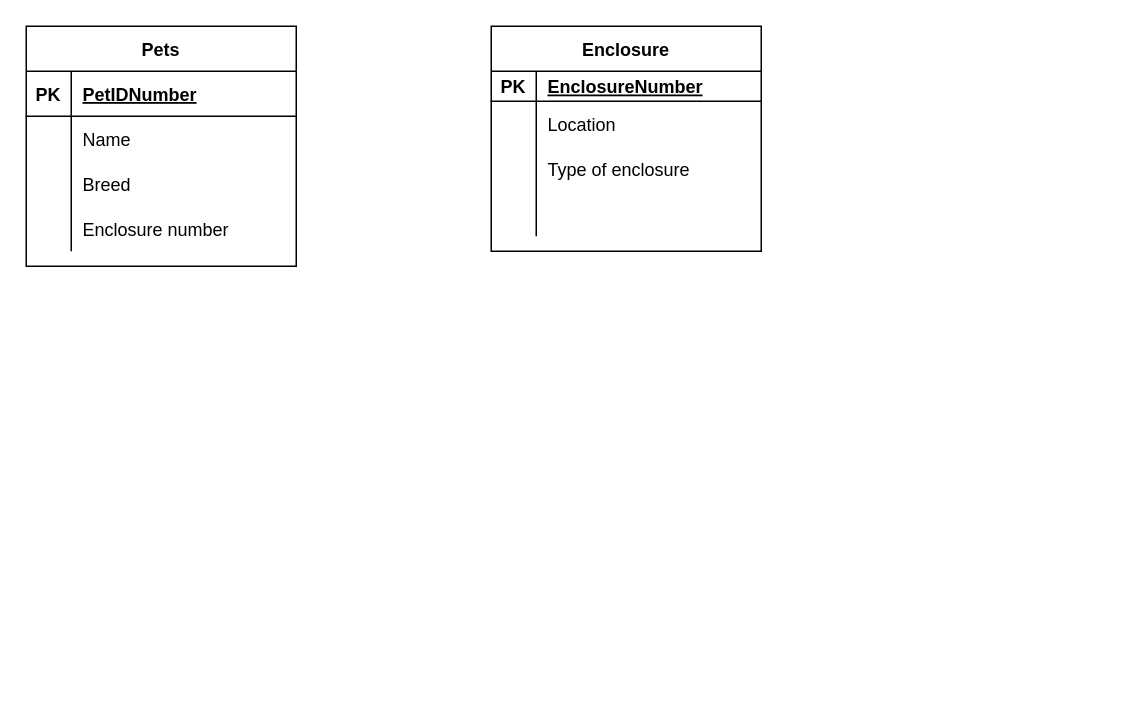
Earlier version of the draw.io diagram Petshop.drawio (nedburke47/PracticingForClass). Source tidied: cells renumbered, new cells numbered last; positions are measured from the earlier drawing's top-left corner, leaving out a move shared by most shapes. Both pictures are drawn from the tidied source at 150%, with x=0, y=0 at pixel (26, 26).
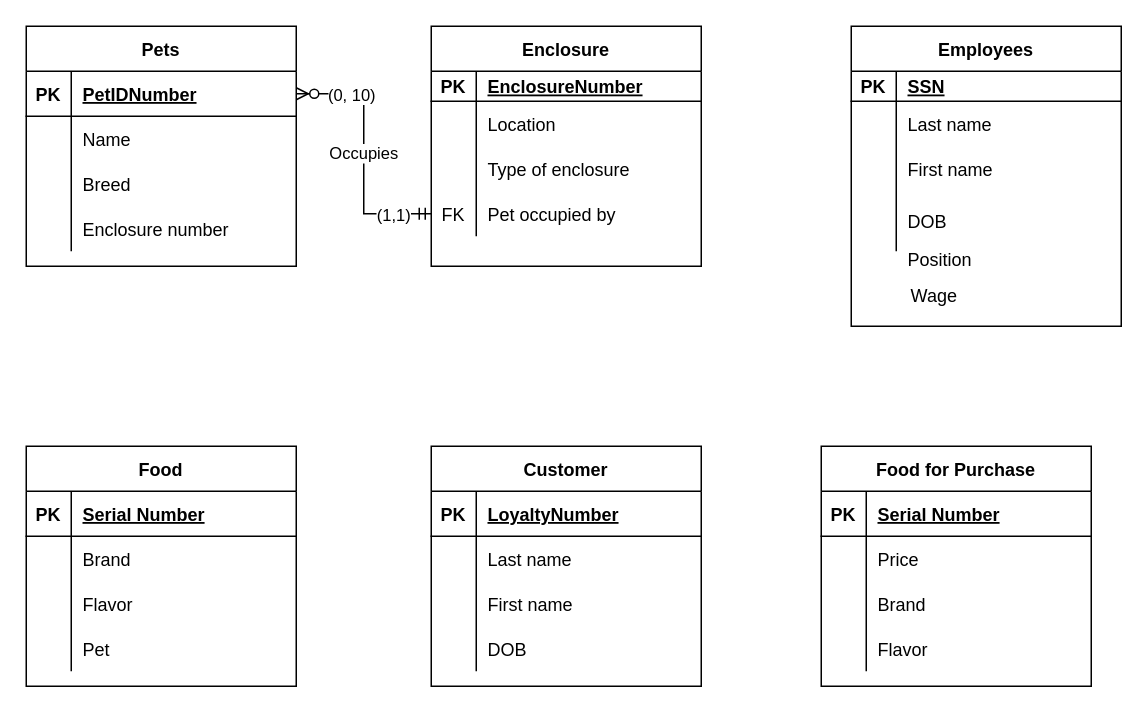
The same page after the edit.

Unchanged cells that the change refers to:
```xml
<mxCell id="3" style="shape=partialRectangle;fillColor=none;top=0;left=0;bottom=1;right=0;points=[[0,0.5],[1,0.5]];portConstraint=eastwest;" parent="2" vertex="1">
  <mxGeometry y="30" width="180" height="30" as="geometry" />
</mxCell>
<mxCell id="25" style="shape=partialRectangle;fillColor=none;top=0;left=0;bottom=0;right=0;points=[[0,0.5],[1,0.5]];portConstraint=eastwest;" parent="15" vertex="1">
  <mxGeometry y="110" width="180" height="30" as="geometry" />
</mxCell>
```

Diff of the diagram source:
```diff
@@
+    <mxCell id="28" value="Occupies" style="edgeStyle=orthogonalEdgeStyle;rounded=0;jettySize=auto;html=1;exitX=1;exitY=0.5;exitDx=0;exitDy=0;startArrow=ERzeroToMany;startFill=1;endArrow=ERmandOne;endFill=0;" parent="1" edge="1" source="3" target="25">
+      <mxGeometry relative="1" as="geometry" />
+    </mxCell>
+    <mxCell id="29" value="(1,1)" style="edgeLabel;html=1;align=center;verticalAlign=middle;" parent="28" vertex="1">
+      <mxGeometry x="0.81" relative="1" as="geometry">
+        <mxPoint x="-10" as="offset" />
+      </mxGeometry>
+    </mxCell>
+    <mxCell id="30" value="(0, 10)" style="edgeLabel;html=1;align=center;verticalAlign=middle;" parent="28" vertex="1">
+      <mxGeometry x="-0.79" relative="1" as="geometry">
+        <mxPoint x="18" as="offset" />
+      </mxGeometry>
+    </mxCell>
+    <mxCell id="31" value="Employees" style="shape=table;startSize=30;childLayout=tableLayout;rowLines=0;fontStyle=1;align=center;" parent="1" vertex="1">
+      <mxGeometry x="550" width="180" height="200" as="geometry" />
+    </mxCell>
+    <mxCell id="32" style="shape=partialRectangle;fillColor=none;top=0;left=0;bottom=1;right=0;" parent="31" vertex="1">
+      <mxGeometry y="30" width="180" height="20" as="geometry" />
+    </mxCell>
+    <mxCell id="33" value="PK" style="shape=partialRectangle;fillColor=none;top=0;left=0;bottom=0;right=0;fontStyle=1;overflow=hidden;" parent="32" vertex="1">
+      <mxGeometry width="30" height="20" as="geometry" />
+    </mxCell>
+    <mxCell id="34" value="SSN" style="shape=partialRectangle;fillColor=none;top=0;left=0;bottom=0;right=0;align=left;spacingLeft=6;fontStyle=5;overflow=hidden;" parent="32" vertex="1">
+      <mxGeometry x="30" width="150" height="20" as="geometry" />
+    </mxCell>
+    <mxCell id="35" style="shape=partialRectangle;fillColor=none;top=0;left=0;bottom=0;right=0;" parent="31" vertex="1">
+      <mxGeometry y="50" width="180" height="30" as="geometry" />
+    </mxCell>
+    <mxCell id="36" style="shape=partialRectangle;fillColor=none;top=0;left=0;bottom=0;right=0;overflow=hidden;" parent="35" vertex="1">
+      <mxGeometry width="30" height="30" as="geometry" />
+    </mxCell>
+    <mxCell id="37" value="Last name" style="shape=partialRectangle;fillColor=none;top=0;left=0;bottom=0;right=0;align=left;spacingLeft=6;overflow=hidden;" parent="35" vertex="1">
+      <mxGeometry x="30" width="150" height="30" as="geometry" />
+    </mxCell>
+    <mxCell id="38" style="shape=partialRectangle;fillColor=none;top=0;left=0;bottom=0;right=0;" parent="31" vertex="1">
+      <mxGeometry y="80" width="180" height="30" as="geometry" />
+    </mxCell>
+    <mxCell id="39" style="shape=partialRectangle;fillColor=none;top=0;left=0;bottom=0;right=0;overflow=hidden;" parent="38" vertex="1">
+      <mxGeometry width="30" height="30" as="geometry" />
+    </mxCell>
+    <mxCell id="40" value="First name" style="shape=partialRectangle;fillColor=none;top=0;left=0;bottom=0;right=0;align=left;spacingLeft=6;overflow=hidden;" parent="38" vertex="1">
+      <mxGeometry x="30" width="150" height="30" as="geometry" />
+    </mxCell>
+    <mxCell id="41" style="shape=partialRectangle;fillColor=none;top=0;left=0;bottom=0;right=0;" parent="31" vertex="1">
+      <mxGeometry y="110" width="180" height="40" as="geometry" />
+    </mxCell>
+    <mxCell id="42" style="shape=partialRectangle;fillColor=none;top=0;left=0;bottom=0;right=0;overflow=hidden;" parent="41" vertex="1">
+      <mxGeometry width="30" height="40" as="geometry" />
+    </mxCell>
+    <mxCell id="43" value="DOB" style="shape=partialRectangle;fillColor=none;top=0;left=0;bottom=0;right=0;align=left;spacingLeft=6;overflow=hidden;" parent="41" vertex="1">
+      <mxGeometry x="30" width="150" height="40" as="geometry" />
+    </mxCell>
     <mxCell id="15" value="Enclosure" style="shape=table;startSize=30;childLayout=tableLayout;rowLines=0;fontStyle=1;align=center;" parent="1" vertex="1">
-      <mxGeometry x="310" width="180" height="150" as="geometry" />
+      <mxGeometry x="270" width="180" height="160" as="geometry" />
     </mxCell>
@@
-    <mxCell id="26" style="shape=partialRectangle;fillColor=none;top=0;left=0;bottom=0;right=0;overflow=hidden;" parent="25" vertex="1">
+    <mxCell id="26" value="FK" style="shape=partialRectangle;fillColor=none;top=0;left=0;bottom=0;right=0;overflow=hidden;" parent="25" vertex="1">
       <mxGeometry width="30" height="30" as="geometry" />
     </mxCell>
-    <mxCell id="27" style="shape=partialRectangle;fillColor=none;top=0;left=0;bottom=0;right=0;align=left;spacingLeft=6;overflow=hidden;" parent="25" vertex="1">
+    <mxCell id="27" value="Pet occupied by" style="shape=partialRectangle;fillColor=none;top=0;left=0;bottom=0;right=0;align=left;spacingLeft=6;overflow=hidden;" parent="25" vertex="1">
       <mxGeometry x="30" width="150" height="30" as="geometry" />
     </mxCell>
+    <mxCell id="44" value="Position" style="shape=partialRectangle;fillColor=none;top=0;left=0;bottom=0;right=0;align=left;spacingLeft=6;overflow=hidden;" parent="1" vertex="1">
+      <mxGeometry x="580" y="140" width="150" height="30" as="geometry" />
+    </mxCell>
+    <mxCell id="45" value="Wage" style="text;html=1;align=center;verticalAlign=middle;" parent="1" vertex="1">
+      <mxGeometry x="580" y="170" width="50" height="20" as="geometry" />
+    </mxCell>
+    <mxCell id="46" value="Customer" style="shape=table;startSize=30;childLayout=tableLayout;rowLines=0;fontStyle=1;align=center;" parent="1" vertex="1">
+      <mxGeometry x="270" y="280" width="180" height="160" as="geometry" />
+    </mxCell>
+    <mxCell id="47" style="shape=partialRectangle;fillColor=none;top=0;left=0;bottom=1;right=0;" parent="46" vertex="1">
+      <mxGeometry y="30" width="180" height="30" as="geometry" />
+    </mxCell>
+    <mxCell id="48" value="PK" style="shape=partialRectangle;fillColor=none;top=0;left=0;bottom=0;right=0;fontStyle=1;overflow=hidden;" parent="47" vertex="1">
+      <mxGeometry width="30" height="30" as="geometry" />
+    </mxCell>
+    <mxCell id="49" value="LoyaltyNumber" style="shape=partialRectangle;fillColor=none;top=0;left=0;bottom=0;right=0;align=left;spacingLeft=6;fontStyle=5;overflow=hidden;" parent="47" vertex="1">
+      <mxGeometry x="30" width="150" height="30" as="geometry" />
+    </mxCell>
+    <mxCell id="50" style="shape=partialRectangle;fillColor=none;top=0;left=0;bottom=0;right=0;" parent="46" vertex="1">
+      <mxGeometry y="60" width="180" height="30" as="geometry" />
+    </mxCell>
+    <mxCell id="51" style="shape=partialRectangle;fillColor=none;top=0;left=0;bottom=0;right=0;overflow=hidden;" parent="50" vertex="1">
+      <mxGeometry width="30" height="30" as="geometry" />
+    </mxCell>
+    <mxCell id="52" value="Last name" style="shape=partialRectangle;fillColor=none;top=0;left=0;bottom=0;right=0;align=left;spacingLeft=6;overflow=hidden;" parent="50" vertex="1">
+      <mxGeometry x="30" width="150" height="30" as="geometry" />
+    </mxCell>
+    <mxCell id="53" style="shape=partialRectangle;fillColor=none;top=0;left=0;bottom=0;right=0;" parent="46" vertex="1">
+      <mxGeometry y="90" width="180" height="30" as="geometry" />
+    </mxCell>
+    <mxCell id="54" style="shape=partialRectangle;fillColor=none;top=0;left=0;bottom=0;right=0;overflow=hidden;" parent="53" vertex="1">
+      <mxGeometry width="30" height="30" as="geometry" />
+    </mxCell>
+    <mxCell id="55" value="First name" style="shape=partialRectangle;fillColor=none;top=0;left=0;bottom=0;right=0;align=left;spacingLeft=6;overflow=hidden;" parent="53" vertex="1">
+      <mxGeometry x="30" width="150" height="30" as="geometry" />
+    </mxCell>
+    <mxCell id="56" style="shape=partialRectangle;fillColor=none;top=0;left=0;bottom=0;right=0;" parent="46" vertex="1">
+      <mxGeometry y="120" width="180" height="30" as="geometry" />
+    </mxCell>
+    <mxCell id="57" style="shape=partialRectangle;fillColor=none;top=0;left=0;bottom=0;right=0;overflow=hidden;" parent="56" vertex="1">
+      <mxGeometry width="30" height="30" as="geometry" />
+    </mxCell>
+    <mxCell id="58" value="DOB" style="shape=partialRectangle;fillColor=none;top=0;left=0;bottom=0;right=0;align=left;spacingLeft=6;overflow=hidden;" parent="56" vertex="1">
+      <mxGeometry x="30" width="150" height="30" as="geometry" />
+    </mxCell>
+    <mxCell id="59" value="Food for Purchase" style="shape=table;startSize=30;childLayout=tableLayout;rowLines=0;fontStyle=1;align=center;" parent="1" vertex="1">
+      <mxGeometry x="530" y="280" width="180" height="160" as="geometry" />
+    </mxCell>
+    <mxCell id="60" style="shape=partialRectangle;fillColor=none;top=0;left=0;bottom=1;right=0;" parent="59" vertex="1">
+      <mxGeometry y="30" width="180" height="30" as="geometry" />
+    </mxCell>
+    <mxCell id="61" value="PK" style="shape=partialRectangle;fillColor=none;top=0;left=0;bottom=0;right=0;fontStyle=1;overflow=hidden;" parent="60" vertex="1">
+      <mxGeometry width="30" height="30" as="geometry" />
+    </mxCell>
+    <mxCell id="62" value="Serial Number" style="shape=partialRectangle;fillColor=none;top=0;left=0;bottom=0;right=0;align=left;spacingLeft=6;fontStyle=5;overflow=hidden;" parent="60" vertex="1">
+      <mxGeometry x="30" width="150" height="30" as="geometry" />
+    </mxCell>
+    <mxCell id="63" style="shape=partialRectangle;fillColor=none;top=0;left=0;bottom=0;right=0;" parent="59" vertex="1">
+      <mxGeometry y="60" width="180" height="30" as="geometry" />
+    </mxCell>
+    <mxCell id="64" style="shape=partialRectangle;fillColor=none;top=0;left=0;bottom=0;right=0;overflow=hidden;" parent="63" vertex="1">
+      <mxGeometry width="30" height="30" as="geometry" />
+    </mxCell>
+    <mxCell id="65" value="Price" style="shape=partialRectangle;fillColor=none;top=0;left=0;bottom=0;right=0;align=left;spacingLeft=6;overflow=hidden;" parent="63" vertex="1">
+      <mxGeometry x="30" width="150" height="30" as="geometry" />
+    </mxCell>
+    <mxCell id="66" style="shape=partialRectangle;fillColor=none;top=0;left=0;bottom=0;right=0;" parent="59" vertex="1">
+      <mxGeometry y="90" width="180" height="30" as="geometry" />
+    </mxCell>
+    <mxCell id="67" style="shape=partialRectangle;fillColor=none;top=0;left=0;bottom=0;right=0;overflow=hidden;" parent="66" vertex="1">
+      <mxGeometry width="30" height="30" as="geometry" />
+    </mxCell>
+    <mxCell id="68" value="Brand " style="shape=partialRectangle;fillColor=none;top=0;left=0;bottom=0;right=0;align=left;spacingLeft=6;overflow=hidden;" parent="66" vertex="1">
+      <mxGeometry x="30" width="150" height="30" as="geometry" />
+    </mxCell>
+    <mxCell id="69" style="shape=partialRectangle;fillColor=none;top=0;left=0;bottom=0;right=0;" parent="59" vertex="1">
+      <mxGeometry y="120" width="180" height="30" as="geometry" />
+    </mxCell>
+    <mxCell id="70" style="shape=partialRectangle;fillColor=none;top=0;left=0;bottom=0;right=0;overflow=hidden;" parent="69" vertex="1">
+      <mxGeometry width="30" height="30" as="geometry" />
+    </mxCell>
+    <mxCell id="71" value="Flavor" style="shape=partialRectangle;fillColor=none;top=0;left=0;bottom=0;right=0;align=left;spacingLeft=6;overflow=hidden;" parent="69" vertex="1">
+      <mxGeometry x="30" width="150" height="30" as="geometry" />
+    </mxCell>
+    <mxCell id="72" value="Food" style="shape=table;startSize=30;childLayout=tableLayout;rowLines=0;fontStyle=1;align=center;" parent="1" vertex="1">
+      <mxGeometry y="280" width="180" height="160" as="geometry" />
+    </mxCell>
+    <mxCell id="73" style="shape=partialRectangle;fillColor=none;top=0;left=0;bottom=1;right=0;" parent="72" vertex="1">
+      <mxGeometry y="30" width="180" height="30" as="geometry" />
+    </mxCell>
+    <mxCell id="74" value="PK" style="shape=partialRectangle;fillColor=none;top=0;left=0;bottom=0;right=0;fontStyle=1;overflow=hidden;" parent="73" vertex="1">
+      <mxGeometry width="30" height="30" as="geometry" />
+    </mxCell>
+    <mxCell id="75" value="Serial Number" style="shape=partialRectangle;fillColor=none;top=0;left=0;bottom=0;right=0;align=left;spacingLeft=6;fontStyle=5;overflow=hidden;" parent="73" vertex="1">
+      <mxGeometry x="30" width="150" height="30" as="geometry" />
+    </mxCell>
+    <mxCell id="76" style="shape=partialRectangle;fillColor=none;top=0;left=0;bottom=0;right=0;" parent="72" vertex="1">
+      <mxGeometry y="60" width="180" height="30" as="geometry" />
+    </mxCell>
+    <mxCell id="77" style="shape=partialRectangle;fillColor=none;top=0;left=0;bottom=0;right=0;overflow=hidden;" parent="76" vertex="1">
+      <mxGeometry width="30" height="30" as="geometry" />
+    </mxCell>
+    <mxCell id="78" value="Brand" style="shape=partialRectangle;fillColor=none;top=0;left=0;bottom=0;right=0;align=left;spacingLeft=6;overflow=hidden;" parent="76" vertex="1">
+      <mxGeometry x="30" width="150" height="30" as="geometry" />
+    </mxCell>
+    <mxCell id="79" style="shape=partialRectangle;fillColor=none;top=0;left=0;bottom=0;right=0;" parent="72" vertex="1">
+      <mxGeometry y="90" width="180" height="30" as="geometry" />
+    </mxCell>
+    <mxCell id="80" style="shape=partialRectangle;fillColor=none;top=0;left=0;bottom=0;right=0;overflow=hidden;" parent="79" vertex="1">
+      <mxGeometry width="30" height="30" as="geometry" />
+    </mxCell>
+    <mxCell id="81" value="Flavor" style="shape=partialRectangle;fillColor=none;top=0;left=0;bottom=0;right=0;align=left;spacingLeft=6;overflow=hidden;" parent="79" vertex="1">
+      <mxGeometry x="30" width="150" height="30" as="geometry" />
+    </mxCell>
+    <mxCell id="82" style="shape=partialRectangle;fillColor=none;top=0;left=0;bottom=0;right=0;" parent="72" vertex="1">
+      <mxGeometry y="120" width="180" height="30" as="geometry" />
+    </mxCell>
+    <mxCell id="83" style="shape=partialRectangle;fillColor=none;top=0;left=0;bottom=0;right=0;overflow=hidden;" parent="82" vertex="1">
+      <mxGeometry width="30" height="30" as="geometry" />
+    </mxCell>
+    <mxCell id="84" value="Pet" style="shape=partialRectangle;fillColor=none;top=0;left=0;bottom=0;right=0;align=left;spacingLeft=6;overflow=hidden;" parent="82" vertex="1">
+      <mxGeometry x="30" width="150" height="30" as="geometry" />
+    </mxCell>
```
